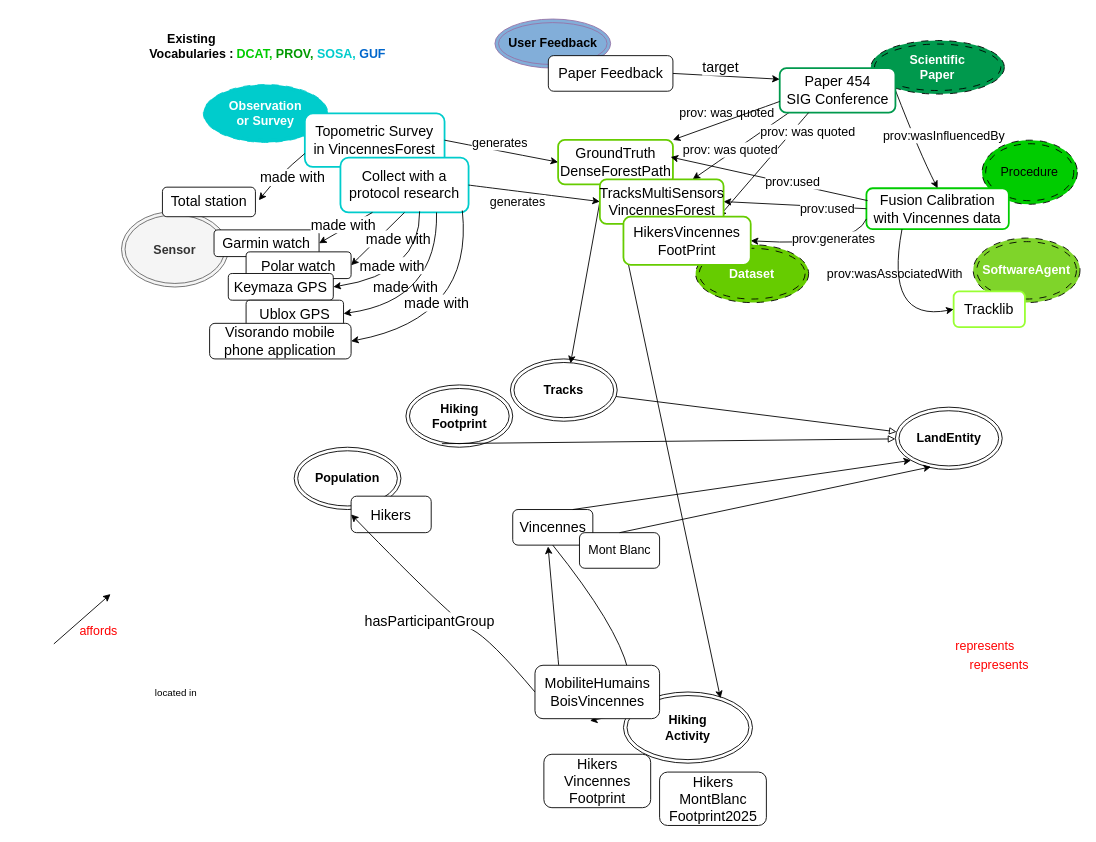
Before: page "Schéma 2 article" (3 of 3) of docs/diagrams/model_KG.drawio in IntForOut/outdoorPressure, a draw.io diagram. Source tidied: cells renumbered, new cells numbered last; positions are measured from the earlier drawing's top-left corner, leaving out a move shared by most shapes. Both pictures are drawn from the tidied source at 89%, with x=0, y=0 at pixel (53, 19).
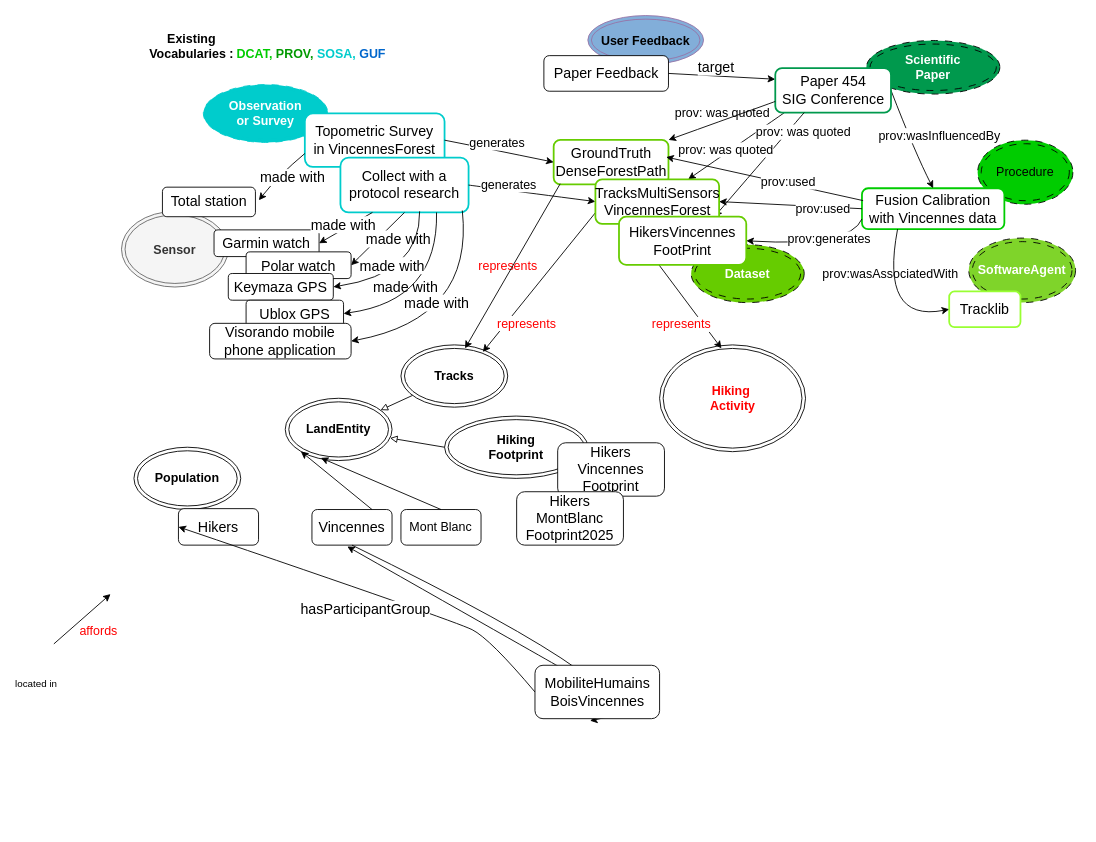
The same diagram, later.

Commit message (it also covers changes not shown here):
Mettre à jour model_KG.drawio

The change refers to these unchanged cells:
```xml
<mxCell id="20" style="endArrow=classic;html=1;rounded=0;exitX=1;exitY=0.5;exitDx=0;exitDy=0;entryX=0;entryY=0.5;entryDx=0;entryDy=0;curved=1;" parent="1" edge="1" source="19" target="77">
  <mxGeometry relative="1" as="geometry" />
</mxCell>
```

The edit, as a diff of the source:
```diff
@@
     <mxCell id="5" value="&lt;div&gt;&lt;b&gt;Hiking&lt;/b&gt;&lt;/div&gt;&lt;div&gt;&lt;b&gt;Footprint&lt;/b&gt;&lt;/div&gt;" style="ellipse;shape=doubleEllipse;whiteSpace=wrap;html=1;fontSize=14;" parent="1" vertex="1">
-      <mxGeometry x="395.6" y="411" width="120" height="70" as="geometry" />
+      <mxGeometry x="439" y="446" width="161" height="70" as="geometry" />
     </mxCell>
     <mxCell id="6" value="&lt;font&gt;&lt;b&gt;User Feedback&lt;/b&gt;&lt;/font&gt;" style="ellipse;shape=doubleEllipse;whiteSpace=wrap;html=1;fontSize=14;fillColor=#82AED9;strokeColor=#9673a6;" parent="1" vertex="1">
-      <mxGeometry x="495.6" y="-0.1" width="130" height="55.1" as="geometry" />
+      <mxGeometry x="600" y="-4" width="130" height="55.1" as="geometry" />
     </mxCell>
     <mxCell id="7" value="&lt;font style=&quot;color: rgb(255, 255, 255);&quot;&gt;&lt;b&gt;Dataset&lt;/b&gt;&lt;/font&gt;" style="ellipse;shape=doubleEllipse;whiteSpace=wrap;html=1;fontSize=14;fillColor=#66CC00;strokeColor=default;dashed=1;dashPattern=8 8;" parent="1" vertex="1">
-      <mxGeometry x="721.1" y="253.5" width="127" height="65" as="geometry" />
+      <mxGeometry x="716.1" y="253.5" width="127" height="65" as="geometry" />
     </mxCell>
     <mxCell id="8" value="&lt;font style=&quot;color: rgb(255, 255, 255);&quot;&gt;&lt;span style=&quot;color: rgb(0, 204, 0);&quot;&gt;&lt;font&gt;&lt;span style=&quot;color: rgb(0, 0, 0);&quot;&gt;Procedure&lt;/span&gt;&lt;/font&gt;&lt;/span&gt;&lt;/font&gt;" style="ellipse;shape=doubleEllipse;whiteSpace=wrap;html=1;fontSize=14;fillColor=#00CC00;dashed=1;dashPattern=8 8;" parent="1" vertex="1">
-      <mxGeometry x="1043" y="136" width="107" height="72" as="geometry" />
+      <mxGeometry x="1038" y="136" width="107" height="72" as="geometry" />
     </mxCell>
     <mxCell id="9" value="&lt;div&gt;&lt;font style=&quot;color: rgb(255, 255, 255);&quot;&gt;&lt;b&gt;Scientific&lt;/b&gt;&lt;/font&gt;&lt;/div&gt;&lt;div&gt;&lt;font style=&quot;color: rgb(255, 255, 255);&quot;&gt;&lt;b&gt;Paper&lt;/b&gt;&lt;/font&gt;&lt;/div&gt;" style="ellipse;shape=doubleEllipse;whiteSpace=wrap;html=1;fontSize=14;dashed=1;dashPattern=8 8;fillColor=#00994D;" parent="1" vertex="1">
-      <mxGeometry x="918" y="24" width="150" height="60.2" as="geometry" />
+      <mxGeometry x="913" y="24" width="150" height="60.2" as="geometry" />
     </mxCell>
     <mxCell id="10" value="&lt;b&gt;&lt;span style=&quot;color: rgb(255, 255, 255);&quot;&gt;&lt;font&gt;SoftwareAgent&lt;/font&gt;&lt;/span&gt;&lt;/b&gt;" style="ellipse;shape=doubleEllipse;whiteSpace=wrap;html=1;fontSize=14;fillColor=#7FD42A;dashed=1;dashPattern=8 8;" parent="1" vertex="1">
-      <mxGeometry x="1033" y="246" width="120" height="72.5" as="geometry" />
+      <mxGeometry x="1028" y="246" width="120" height="72.5" as="geometry" />
     </mxCell>
     <mxCell id="11" value="&lt;div&gt;&lt;font style=&quot;font-size: 16px;&quot;&gt;Fusion Calibration&lt;/font&gt;&lt;/div&gt;&lt;div&gt;&lt;font style=&quot;font-size: 16px;&quot;&gt;with Vincennes data&lt;/font&gt;&lt;/div&gt;" style="rounded=1;whiteSpace=wrap;html=1;strokeColor=#00CC00;strokeWidth=2;" parent="1" vertex="1">
-      <mxGeometry x="913" y="190" width="160" height="46" as="geometry" />
+      <mxGeometry x="908" y="190" width="160" height="46" as="geometry" />
     </mxCell>
     <mxCell id="12" value="&lt;font style=&quot;font-size: 16px;&quot;&gt;Tracklib&lt;/font&gt;" style="rounded=1;whiteSpace=wrap;html=1;strokeColor=#99FF33;strokeWidth=2;" parent="1" vertex="1">
-      <mxGeometry x="1011" y="306" width="80.1" height="40" as="geometry" />
+      <mxGeometry x="1006" y="306" width="80.1" height="40" as="geometry" />
     </mxCell>
-    <mxCell id="13" value="&lt;font&gt;&lt;b&gt;Hiking&lt;/b&gt;&lt;/font&gt;&lt;div&gt;&lt;font&gt;&lt;b&gt;Activity&lt;/b&gt;&lt;/font&gt;&lt;/div&gt;" style="ellipse;shape=doubleEllipse;whiteSpace=wrap;html=1;fontSize=14;" parent="1" vertex="1">
-      <mxGeometry x="640" y="756" width="145" height="80" as="geometry" />
+    <mxCell id="13" value="&lt;div&gt;&lt;font style=&quot;color: rgb(255, 0, 0);&quot;&gt;&lt;b&gt;Hiking&amp;nbsp;&lt;/b&gt;&lt;/font&gt;&lt;/div&gt;&lt;div&gt;&lt;font style=&quot;color: rgb(255, 0, 0);&quot;&gt;&lt;b&gt;Activity&lt;/b&gt;&lt;/font&gt;&lt;/div&gt;" style="ellipse;shape=doubleEllipse;whiteSpace=wrap;html=1;fontSize=14;" parent="1" vertex="1">
+      <mxGeometry x="680.6" y="366" width="164" height="120" as="geometry" />
     </mxCell>
     <mxCell id="14" value="&lt;b&gt;LandEntity&lt;/b&gt;" style="ellipse;shape=doubleEllipse;whiteSpace=wrap;html=1;fontSize=14;" parent="1" vertex="1">
-      <mxGeometry x="945.6" y="436" width="120" height="70" as="geometry" />
+      <mxGeometry x="260" y="426" width="120" height="70" as="geometry" />
     </mxCell>
     <mxCell id="15" value="&lt;div&gt;&lt;font style=&quot;font-size: 16px;&quot;&gt;GroundTruth&lt;/font&gt;&lt;/div&gt;&lt;div&gt;&lt;font style=&quot;font-size: 16px;&quot;&gt;DenseForestPath&lt;/font&gt;&lt;/div&gt;" style="rounded=1;whiteSpace=wrap;html=1;strokeColor=#66CC00;strokeWidth=2;" parent="1" vertex="1">
-      <mxGeometry x="566.6" y="135.7" width="129" height="50" as="geometry" />
+      <mxGeometry x="561.6" y="135.7" width="129" height="50" as="geometry" />
     </mxCell>
@@
     <mxCell id="18" value="&lt;font style=&quot;font-size: 16px;&quot;&gt;Paper Feedback&lt;/font&gt;" style="rounded=1;whiteSpace=wrap;html=1;" parent="1" vertex="1">
-      <mxGeometry x="555.6" y="41" width="140" height="40" as="geometry" />
+      <mxGeometry x="550.6" y="41" width="140" height="40" as="geometry" />
     </mxCell>
@@
     <mxCell id="21" value="&lt;font style=&quot;font-size: 14px;&quot;&gt;generates&lt;/font&gt;" style="edgeLabel;html=1;align=center;verticalAlign=middle;" parent="20" vertex="1">
       <mxGeometry x="0.18" y="-1" relative="1" as="geometry">
-        <mxPoint x="-33" y="7" as="offset" />
+        <mxPoint x="-40" y="-13" as="offset" />
       </mxGeometry>
     </mxCell>
@@
     <mxCell id="32" style="endArrow=classic;html=1;rounded=0;exitX=1;exitY=0.5;exitDx=0;exitDy=0;entryX=0.5;entryY=0;entryDx=0;entryDy=0;curved=1;" parent="1" edge="1" source="42" target="11">
       <mxGeometry relative="1" as="geometry">
         <Array as="points">
-          <mxPoint x="973" y="151" />
+          <mxPoint x="968" y="151" />
         </Array>
       </mxGeometry>
     </mxCell>
@@
     <mxCell id="36" value="prov:wasAssociatedWith" style="text;whiteSpace=wrap;fontSize=14;" parent="1" vertex="1">
-      <mxGeometry x="867" y="271" width="150" height="30" as="geometry" />
+      <mxGeometry x="862" y="271" width="150" height="30" as="geometry" />
     </mxCell>
     <mxCell id="37" style="endArrow=classic;html=1;rounded=0;exitX=0.25;exitY=1;exitDx=0;exitDy=0;entryX=0;entryY=0.5;entryDx=0;entryDy=0;curved=1;" parent="1" edge="1" source="11" target="12">
       <mxGeometry relative="1" as="geometry">
         <Array as="points">
-          <mxPoint x="933" y="341" />
+          <mxPoint x="928" y="341" />
         </Array>
       </mxGeometry>
     </mxCell>
     <mxCell id="38" style="endArrow=classic;html=1;rounded=0;curved=1;entryX=1;entryY=0.5;entryDx=0;entryDy=0;exitX=0;exitY=0.75;exitDx=0;exitDy=0;" parent="1" edge="1" source="11" target="82">
       <mxGeometry relative="1" as="geometry">
         <Array as="points">
-          <mxPoint x="900" y="256" />
+          <mxPoint x="895" y="256" />
         </Array>
       </mxGeometry>
     </mxCell>
@@
     <mxCell id="42" value="&lt;div&gt;&lt;font style=&quot;font-size: 16px;&quot;&gt;Paper 454&lt;/font&gt;&lt;/div&gt;&lt;div&gt;&lt;font style=&quot;font-size: 16px;&quot;&gt;SIG Conference&lt;/font&gt;&lt;/div&gt;" style="rounded=1;whiteSpace=wrap;html=1;strokeColor=#00994D;strokeWidth=2;" parent="1" vertex="1">
-      <mxGeometry x="815.6" y="55" width="130" height="50" as="geometry" />
+      <mxGeometry x="810.6" y="55" width="130" height="50" as="geometry" />
     </mxCell>
@@
     <mxCell id="45" value="&lt;b&gt;Population&lt;/b&gt;" style="ellipse;shape=doubleEllipse;whiteSpace=wrap;html=1;fontSize=14;" parent="1" vertex="1">
-      <mxGeometry x="270" y="481" width="120" height="70" as="geometry" />
+      <mxGeometry x="90" y="481" width="120" height="70" as="geometry" />
     </mxCell>
@@
     <mxCell id="55" style="endArrow=classic;html=1;rounded=0;exitX=0;exitY=0.75;exitDx=0;exitDy=0;entryX=0.98;entryY=0.385;entryDx=0;entryDy=0;entryPerimeter=0;" parent="1" edge="1" target="15">
       <mxGeometry relative="1" as="geometry">
-        <mxPoint x="914.3" y="203.9" as="sourcePoint" />
+        <mxPoint x="909.3" y="203.9" as="sourcePoint" />
       </mxGeometry>
     </mxCell>
@@
     <mxCell id="59" value="&lt;font style=&quot;font-size: 16px;&quot;&gt;Hikers&lt;/font&gt;" style="rounded=1;whiteSpace=wrap;html=1;" parent="1" vertex="1">
-      <mxGeometry x="334" y="536" width="90" height="41" as="geometry" />
+      <mxGeometry x="140" y="550" width="90" height="41" as="geometry" />
     </mxCell>
     <mxCell id="60" value="&lt;div&gt;&lt;font style=&quot;font-size: 16px;&quot;&gt;Hikers&lt;/font&gt;&lt;/div&gt;&lt;div&gt;&lt;font style=&quot;font-size: 16px;&quot;&gt;Vincennes&lt;/font&gt;&lt;/div&gt;&lt;div&gt;&lt;font style=&quot;font-size: 16px;&quot;&gt;Footprint&lt;/font&gt;&lt;/div&gt;" style="rounded=1;whiteSpace=wrap;html=1;" parent="1" vertex="1">
-      <mxGeometry x="550.6" y="826" width="120" height="60" as="geometry" />
+      <mxGeometry x="566.1" y="476" width="120" height="60" as="geometry" />
     </mxCell>
     <mxCell id="61" value="&lt;font style=&quot;font-size: 16px;&quot;&gt;Vincennes&lt;/font&gt;" style="rounded=1;whiteSpace=wrap;html=1;" parent="1" vertex="1">
-      <mxGeometry x="515.6" y="551" width="90" height="40" as="geometry" />
+      <mxGeometry x="290" y="551" width="90" height="40" as="geometry" />
     </mxCell>
@@
-    <mxCell id="65" style="endArrow=block;html=1;rounded=0;exitX=0.337;exitY=0.943;exitDx=0;exitDy=0;exitPerimeter=0;endFill=0;" parent="1" edge="1" source="5" target="14">
+    <mxCell id="65" style="endArrow=block;html=1;rounded=0;exitX=0;exitY=0.5;exitDx=0;exitDy=0;endFill=0;" parent="1" edge="1" source="5" target="14">
       <mxGeometry relative="1" as="geometry" />
     </mxCell>
@@
     <mxCell id="67" value="&lt;b&gt;Tracks&lt;/b&gt;" style="ellipse;shape=doubleEllipse;whiteSpace=wrap;html=1;fontSize=14;" parent="1" vertex="1">
-      <mxGeometry x="513" y="381.8" width="120" height="70" as="geometry" />
+      <mxGeometry x="390" y="366" width="120" height="70" as="geometry" />
     </mxCell>
@@
-    <mxCell id="69" style="endArrow=classic;html=1;rounded=0;exitX=0;exitY=0.5;exitDx=0;exitDy=0;entryX=0.563;entryY=0.071;entryDx=0;entryDy=0;entryPerimeter=0;" parent="1" edge="1" source="77" target="67">
+    <mxCell id="69" style="endArrow=classic;html=1;rounded=0;exitX=0;exitY=0.75;exitDx=0;exitDy=0;entryX=0.767;entryY=0.114;entryDx=0;entryDy=0;entryPerimeter=0;" parent="1" edge="1" source="77" target="67">
       <mxGeometry relative="1" as="geometry" />
     </mxCell>
     <mxCell id="70" value="&lt;font style=&quot;font-size: 14px; color: rgb(255, 0, 0);&quot;&gt;represents&lt;/font&gt;" style="edgeLabel;html=1;align=center;verticalAlign=middle;" parent="69" vertex="1">
       <mxGeometry x="0.16" y="1" relative="1" as="geometry">
-        <mxPoint x="466" y="415" as="offset" />
+        <mxPoint x="-26" y="-33" as="offset" />
       </mxGeometry>
     </mxCell>
     <mxCell id="71" value="&lt;div&gt;&lt;font style=&quot;font-size: 16px;&quot;&gt;Hikers&lt;/font&gt;&lt;/div&gt;&lt;div&gt;&lt;font style=&quot;font-size: 16px;&quot;&gt;MontBlanc&lt;/font&gt;&lt;/div&gt;&lt;div&gt;&lt;font style=&quot;font-size: 16px;&quot;&gt;Footprint2025&lt;/font&gt;&lt;/div&gt;" style="rounded=1;whiteSpace=wrap;html=1;" parent="1" vertex="1">
-      <mxGeometry x="680.6" y="846" width="120" height="60" as="geometry" />
+      <mxGeometry x="520" y="531" width="120" height="60" as="geometry" />
     </mxCell>
@@
-    <mxCell id="74" style="endArrow=classic;html=1;rounded=0;exitX=0;exitY=0.5;exitDx=0;exitDy=0;entryX=0.752;entryY=0.088;entryDx=0;entryDy=0;entryPerimeter=0;" parent="1" edge="1" source="82" target="13">
+    <mxCell id="74" style="endArrow=classic;html=1;rounded=0;exitX=0.308;exitY=0.981;exitDx=0;exitDy=0;entryX=0.424;entryY=0.033;entryDx=0;entryDy=0;entryPerimeter=0;exitPerimeter=0;" parent="1" edge="1" source="82" target="13">
       <mxGeometry relative="1" as="geometry" />
     </mxCell>
@@
     <mxCell id="77" value="&lt;div&gt;&lt;font style=&quot;font-size: 16px;&quot;&gt;TracksMultiSensors&lt;/font&gt;&lt;/div&gt;&lt;div&gt;&lt;font style=&quot;font-size: 16px;&quot;&gt;VincennesForest&lt;/font&gt;&lt;/div&gt;" style="rounded=1;whiteSpace=wrap;html=1;strokeColor=#66CC00;strokeWidth=2;" parent="1" vertex="1">
-      <mxGeometry x="613.5" y="180" width="139" height="50" as="geometry" />
+      <mxGeometry x="608.5" y="180" width="139" height="50" as="geometry" />
     </mxCell>
     <mxCell id="78" value="&lt;font style=&quot;font-size: 14px; color: rgb(255, 0, 0);&quot;&gt;represents&lt;/font&gt;" style="edgeLabel;html=1;align=center;verticalAlign=middle;" parent="1" vertex="1">
-      <mxGeometry x="1131.9" y="727.5" as="geometry">
+      <mxGeometry x="790" y="366" as="geometry">
         <mxPoint x="-86" y="-24" as="offset" />
       </mxGeometry>
     </mxCell>
     <mxCell id="79" value="&lt;font style=&quot;font-size: 14px;&quot;&gt;Mont Blanc&lt;/font&gt;" style="rounded=1;whiteSpace=wrap;html=1;" parent="1" vertex="1">
-      <mxGeometry x="590.6" y="577" width="90" height="40" as="geometry" />
+      <mxGeometry x="390" y="551" width="90" height="40" as="geometry" />
     </mxCell>
@@
     <mxCell id="82" value="&lt;div&gt;&lt;font style=&quot;font-size: 16px;&quot;&gt;HikersVincennes&lt;/font&gt;&lt;/div&gt;&lt;div&gt;&lt;font style=&quot;font-size: 16px;&quot;&gt;FootPrint&lt;/font&gt;&lt;/div&gt;" style="rounded=1;whiteSpace=wrap;html=1;strokeColor=#66CC00;strokeWidth=2;" parent="1" vertex="1">
-      <mxGeometry x="640" y="222" width="143" height="54" as="geometry" />
+      <mxGeometry x="635" y="222" width="143" height="54" as="geometry" />
     </mxCell>
@@
+    <mxCell id="87" style="endArrow=classic;html=1;rounded=0;exitX=0.057;exitY=0.985;exitDx=0;exitDy=0;entryX=0.6;entryY=0.057;entryDx=0;entryDy=0;exitPerimeter=0;entryPerimeter=0;" parent="1" edge="1" source="15" target="67">
+      <mxGeometry relative="1" as="geometry" />
+    </mxCell>
+    <mxCell id="88" value="&lt;font style=&quot;font-size: 14px; color: rgb(255, 0, 0);&quot;&gt;represents&lt;/font&gt;" style="edgeLabel;html=1;align=center;verticalAlign=middle;" parent="87" vertex="1">
+      <mxGeometry x="0.16" y="1" relative="1" as="geometry">
+        <mxPoint x="23" y="49" as="offset" />
+      </mxGeometry>
+    </mxCell>
```
